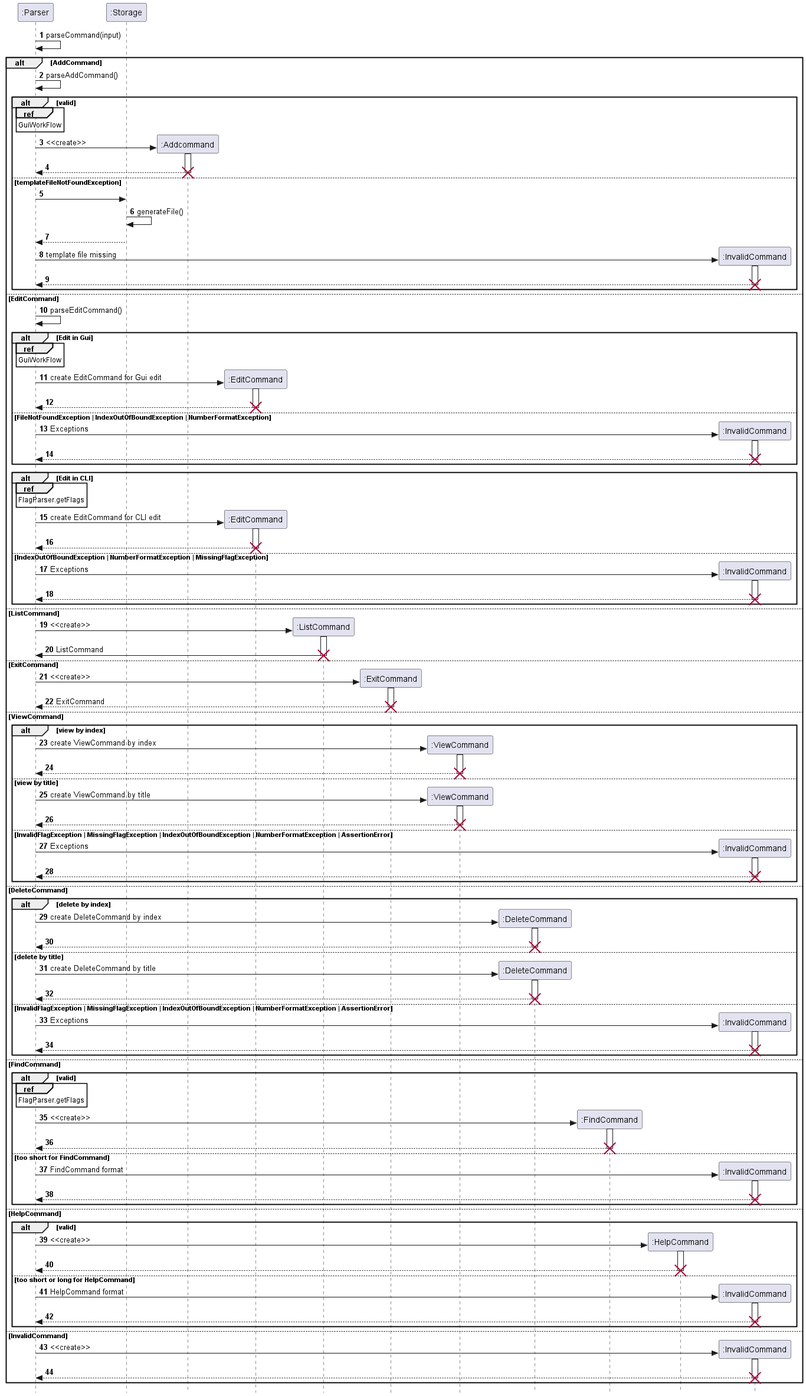
nus-cs2113-AY2223S1/tp keeps this PlantUML diagram as docs/images/SequenceDiagram/ParserSeq.png. Above is the earlier version.
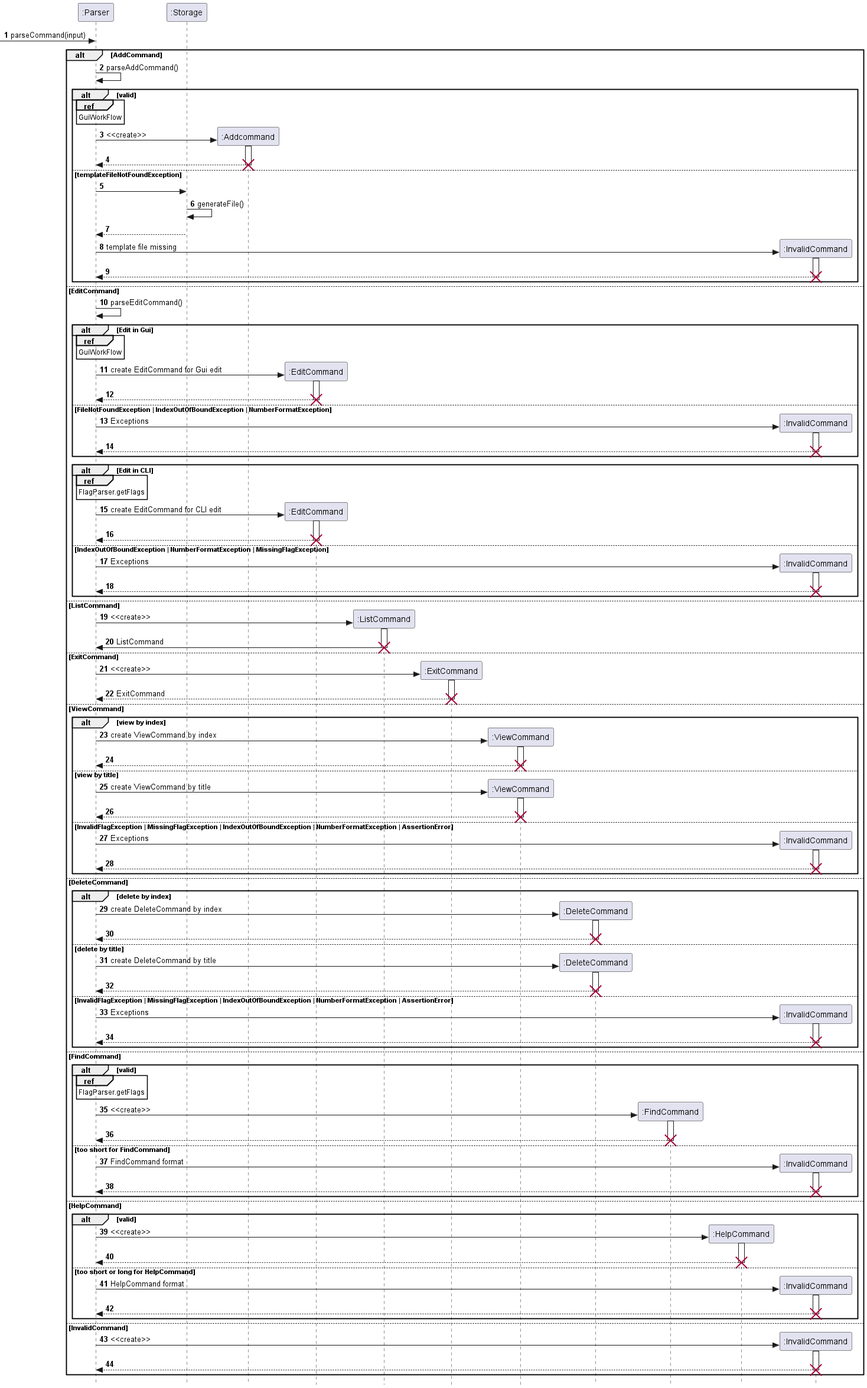
Later version of the same file.

Change to the diagram source:
```diff
@@ -18,7 +18,7 @@
 
 participant ":InvalidCommand" as InvalidCommand
 
-Parser -> Parser: parseCommand(input)
+-> Parser: parseCommand(input)
 
 alt AddCommand
 
```
